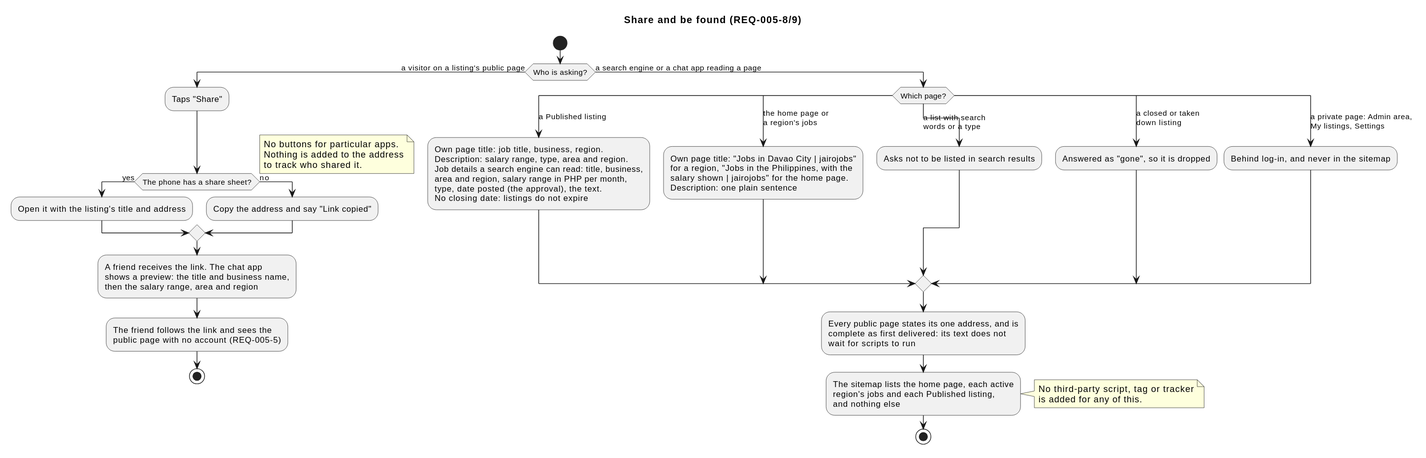
Earlier version of the PlantUML export docs/specs/005-public-browse-search/diagrams/activity-share-and-be-found.svg (raseniero/jairojobs-elixir).
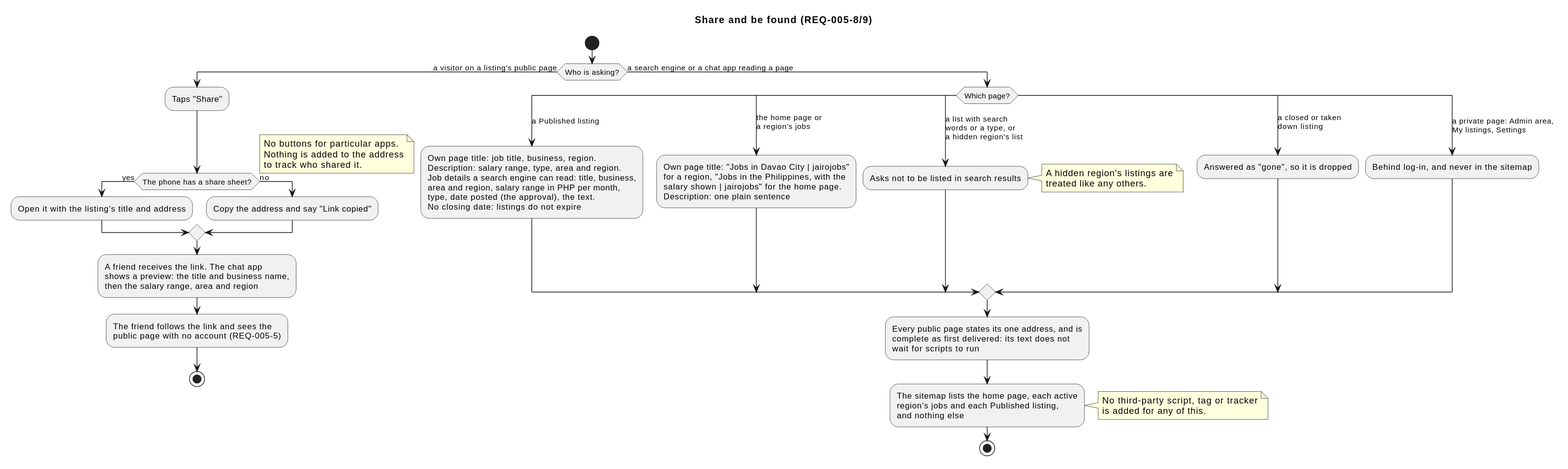
The same diagram one commit later.

Commit message:
docs(spec 005): smaller choices settled as decisions 15-25; a hidden region's list asks not to be listed (REQ-005-9)

Diff of the diagram source:
```diff
@@ -34,8 +34,12 @@
     for a region, "Jobs in the Philippines, with the
     salary shown | jairojobs" for the home page.
     Description: one plain sentence;
-  case (a list with search\nwords or a type)
+  case (a list with search\nwords or a type, or\na hidden region's list)
     :Asks not to be listed in search results;
+    note right
+      A hidden region's listings are
+      treated like any others.
+    end note
   case (a closed or taken\ndown listing)
     :Answered as "gone", so it is dropped;
   case (a private page: Admin area,\nMy listings, Settings)
```
